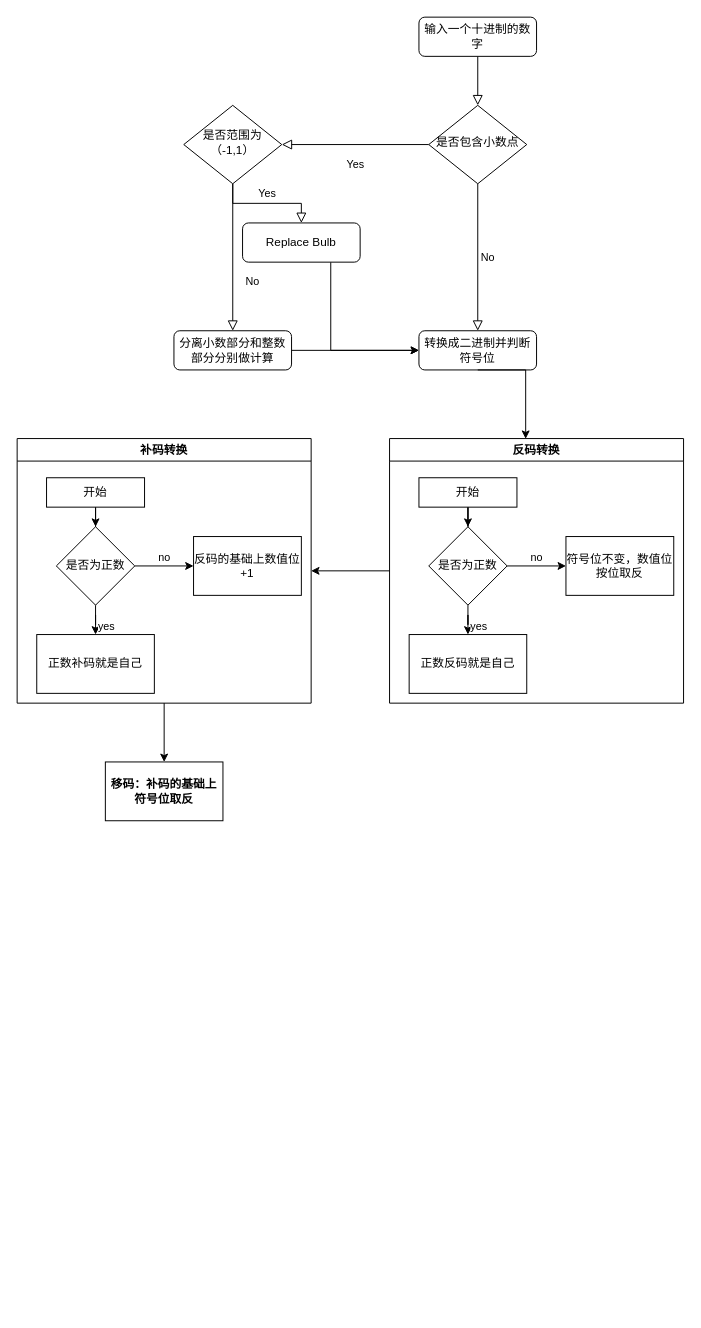
The draw.io diagram 未命名绘图.drawio in guoyitao/imgBASE, before the edit. Source tidied: cells renumbered, new cells numbered last; positions are measured from the earlier drawing's top-left corner, leaving out a move shared by most shapes. Both pictures are drawn from the tidied source at 98%, with x=0, y=0 at pixel (17, 17).
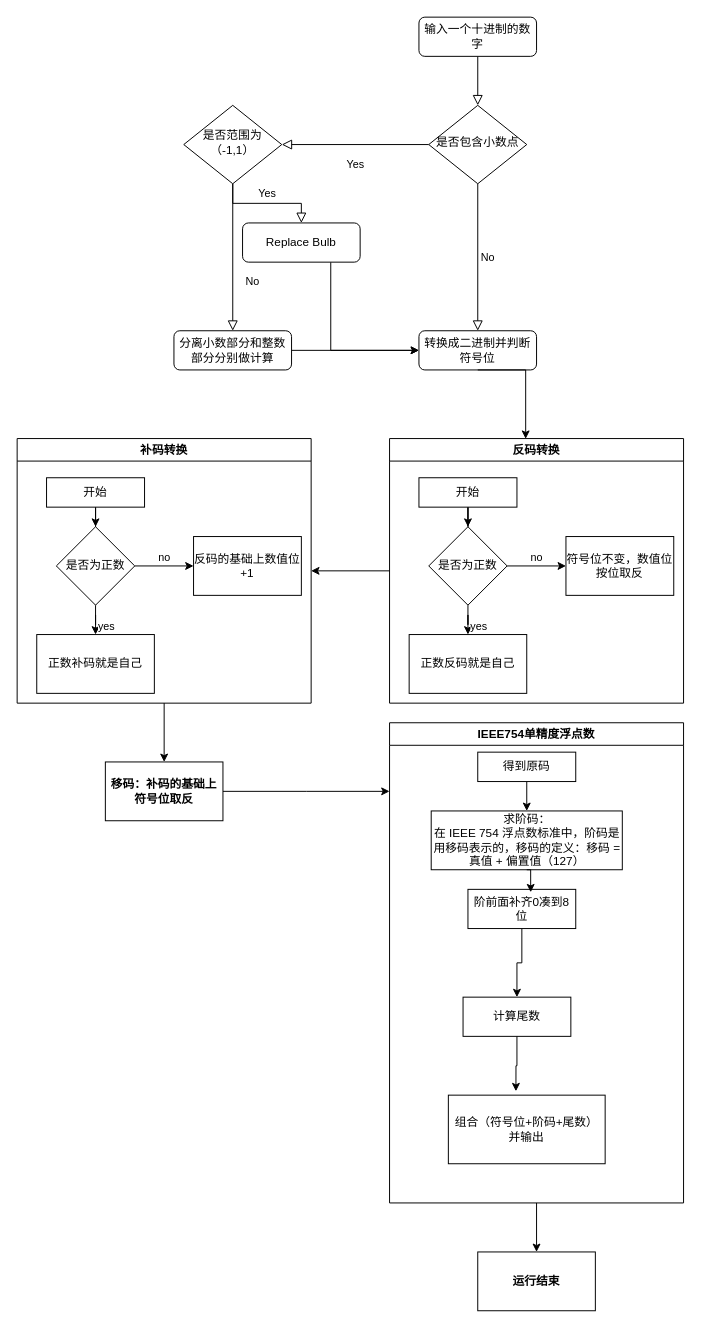
The same diagram, later.

Commit message (it also covers changes not shown here):
更新未命名绘图.drawio

Unchanged cells that the change refers to:
```xml
<mxCell id="38" value="移码：补码的基础上符号位取反" style="whiteSpace=wrap;html=1;fontStyle=1;startSize=23;" parent="1" vertex="1">
  <mxGeometry x="90" y="760" width="120" height="60" as="geometry" />
</mxCell>
```

Change to the diagram source:
```diff
@@
+    <mxCell id="39" style="edgeStyle=orthogonalEdgeStyle;rounded=0;jettySize=auto;html=1;" parent="1" edge="1" source="38">
+      <mxGeometry relative="1" as="geometry">
+        <mxPoint x="380" y="790" as="targetPoint" />
+      </mxGeometry>
+    </mxCell>
@@
+    <mxCell id="40" style="edgeStyle=orthogonalEdgeStyle;rounded=0;jettySize=auto;html=1;" parent="1" edge="1" source="41" target="51">
+      <mxGeometry relative="1" as="geometry" />
+    </mxCell>
+    <mxCell id="41" value="IEEE754单精度浮点数" style="swimlane;whiteSpace=wrap;html=1;" parent="1" vertex="1">
+      <mxGeometry x="380" y="720" width="300" height="490" as="geometry" />
+    </mxCell>
+    <mxCell id="42" style="edgeStyle=orthogonalEdgeStyle;rounded=0;jettySize=auto;html=1;exitX=0.5;exitY=1;exitDx=0;exitDy=0;entryX=0.5;entryY=0;entryDx=0;entryDy=0;" parent="41" edge="1" source="43" target="44">
+      <mxGeometry relative="1" as="geometry" />
+    </mxCell>
+    <mxCell id="43" value="得到原码" style="rounded=0;whiteSpace=wrap;html=1;" parent="41" vertex="1">
+      <mxGeometry x="90" y="30" width="100" height="30" as="geometry" />
+    </mxCell>
+    <mxCell id="44" value="求阶码：&lt;br&gt;在 IEEE 754 浮点数标准中，阶码是用移码表示的，移码的定义：移码 = 真值 + 偏置值（127）" style="rounded=0;whiteSpace=wrap;html=1;" parent="41" vertex="1">
+      <mxGeometry x="42.5" y="90" width="195" height="60" as="geometry" />
+    </mxCell>
+    <mxCell id="45" style="edgeStyle=orthogonalEdgeStyle;rounded=0;jettySize=auto;html=1;exitX=0.5;exitY=1;exitDx=0;exitDy=0;" parent="41" edge="1" source="46" target="47">
+      <mxGeometry relative="1" as="geometry" />
+    </mxCell>
+    <mxCell id="46" value="阶前面补齐0凑到8位" style="rounded=0;whiteSpace=wrap;html=1;" parent="41" vertex="1">
+      <mxGeometry x="80" y="170" width="110" height="40" as="geometry" />
+    </mxCell>
+    <mxCell id="47" value="计算尾数" style="rounded=0;whiteSpace=wrap;html=1;" parent="41" vertex="1">
+      <mxGeometry x="75" y="280" width="110" height="40" as="geometry" />
+    </mxCell>
+    <mxCell id="48" value="组合（符号位+阶码+尾数） 并输出" style="rounded=0;whiteSpace=wrap;html=1;" parent="41" vertex="1">
+      <mxGeometry x="60" y="380" width="160" height="70" as="geometry" />
+    </mxCell>
+    <mxCell id="49" style="edgeStyle=orthogonalEdgeStyle;rounded=0;jettySize=auto;html=1;exitX=0.5;exitY=1;exitDx=0;exitDy=0;entryX=0.582;entryY=0.075;entryDx=0;entryDy=0;entryPerimeter=0;" parent="41" edge="1" source="44" target="46">
+      <mxGeometry relative="1" as="geometry" />
+    </mxCell>
+    <mxCell id="50" style="edgeStyle=orthogonalEdgeStyle;rounded=0;jettySize=auto;html=1;exitX=0.5;exitY=1;exitDx=0;exitDy=0;entryX=0.431;entryY=-0.057;entryDx=0;entryDy=0;entryPerimeter=0;" parent="41" edge="1" source="47" target="48">
+      <mxGeometry relative="1" as="geometry" />
+    </mxCell>
+    <mxCell id="51" value="运行结束" style="whiteSpace=wrap;html=1;fontStyle=1;startSize=23;" parent="1" vertex="1">
+      <mxGeometry x="470" y="1260" width="120" height="60" as="geometry" />
+    </mxCell>
```
